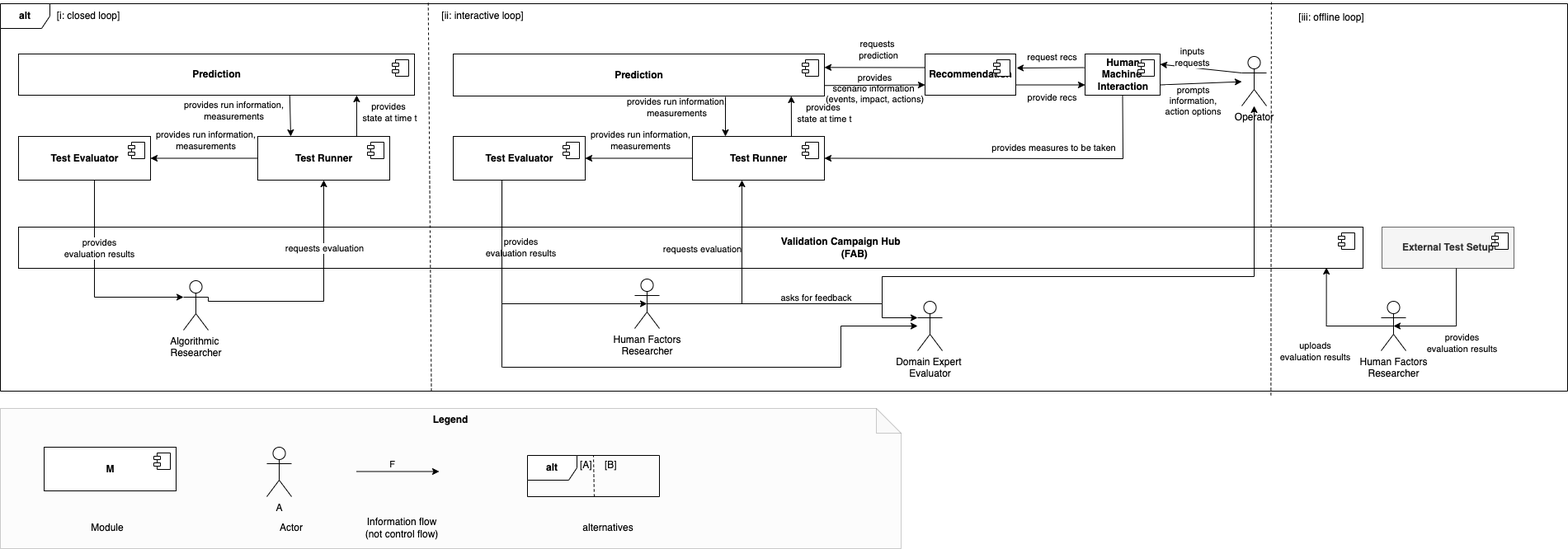
Before: docs/img/architecture/Closed_and_Interactive_Loop_Eval.drawio.png, a diagram exported from draw.io (flatland-association/flatland-benchmarks). Source tidied: cells renumbered, new cells last; positions are measured from the earlier drawing's top-left corner, leaving out a move shared by most shapes.
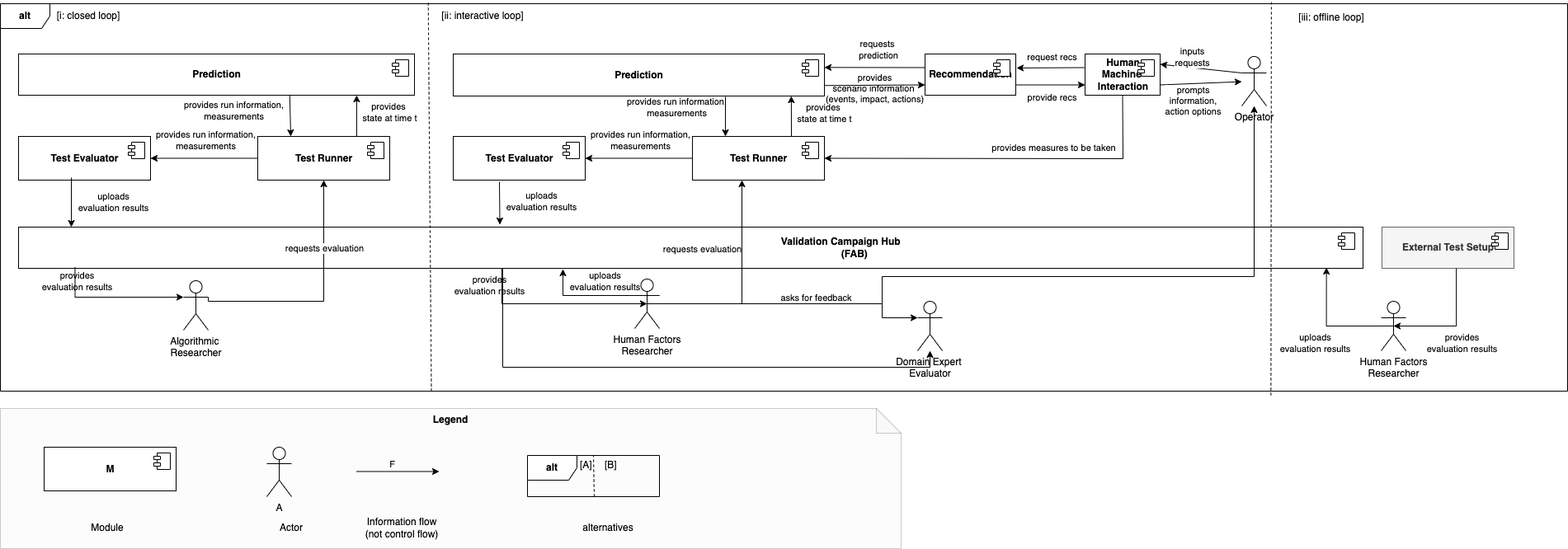
After the change.

Commit message:
Cleanup evaluation results upload.

Diff of the diagram source:
```diff
@@ -51,16 +51,16 @@
     <mxCell id="13" value="Domain Expert &lt;br&gt;Evaluator" style="shape=umlActor;verticalLabelPosition=bottom;verticalAlign=top;html=1;outlineConnect=0;" parent="1" vertex="1">
       <mxGeometry x="1112" y="361" width="30" height="60" as="geometry" />
     </mxCell>
-    <mxCell id="14" style="endArrow=classic;startArrow=none;html=1;rounded=0;edgeStyle=orthogonalEdgeStyle;startFill=0;endFill=1;entryX=0;entryY=0.3333333333333333;entryDx=0;entryDy=0;entryPerimeter=0;exitX=0.45;exitY=0.975;exitDx=0;exitDy=0;exitPerimeter=0;" parent="1" edge="1" source="20" target="9">
+    <mxCell id="14" style="endArrow=classic;startArrow=none;html=1;rounded=0;edgeStyle=orthogonalEdgeStyle;startFill=0;endFill=1;entryX=0;entryY=0.3333333333333333;entryDx=0;entryDy=0;entryPerimeter=0;exitX=0.042;exitY=0.98;exitDx=0;exitDy=0;exitPerimeter=0;" parent="1" edge="1" source="3" target="9">
       <mxGeometry relative="1" as="geometry">
         <Array as="points">
-          <mxPoint x="114" y="356" />
+          <mxPoint x="91" y="356" />
         </Array>
       </mxGeometry>
     </mxCell>
-    <mxCell id="15" value="provides&lt;br&gt;evaluation results" style="edgeLabel;html=1;align=center;verticalAlign=middle;" parent="14" vertex="1">
+    <mxCell id="15" value="provides&lt;br&gt;evaluation results" style="edgeLabel;html=1;align=center;verticalAlign=middle;labelBackgroundColor=none;" parent="14" vertex="1">
       <mxGeometry x="0.33" y="3" relative="1" as="geometry">
-        <mxPoint x="-12" y="-57" as="offset" />
+        <mxPoint x="-73" y="-17" as="offset" />
       </mxGeometry>
     </mxCell>
     <mxCell id="16" style="endArrow=none;startArrow=classic;html=1;rounded=0;edgeStyle=orthogonalEdgeStyle;startFill=1;endFill=0;entryX=0.5;entryY=0.5;entryDx=0;entryDy=0;entryPerimeter=0;" parent="1" edge="1" source="35" target="12">
@@ -75,16 +75,17 @@
         <mxPoint x="-51" y="15" as="offset" />
       </mxGeometry>
     </mxCell>
-    <mxCell id="18" style="endArrow=classic;startArrow=none;html=1;rounded=0;edgeStyle=orthogonalEdgeStyle;startFill=0;endFill=1;entryX=0.5;entryY=0.5;entryDx=0;entryDy=0;entryPerimeter=0;exitX=0.369;exitY=1.025;exitDx=0;exitDy=0;exitPerimeter=0;" parent="1" edge="1" source="31" target="12">
+    <mxCell id="18" style="endArrow=classic;startArrow=none;html=1;rounded=0;edgeStyle=orthogonalEdgeStyle;startFill=0;endFill=1;entryX=0.5;entryY=0.5;entryDx=0;entryDy=0;entryPerimeter=0;" parent="1" edge="1" target="12">
       <mxGeometry relative="1" as="geometry">
+        <mxPoint x="608" y="321" as="sourcePoint" />
         <Array as="points">
           <mxPoint x="608" y="364" />
         </Array>
       </mxGeometry>
     </mxCell>
-    <mxCell id="19" value="provides&lt;br&gt;evaluation results" style="edgeLabel;html=1;align=center;verticalAlign=middle;" parent="18" vertex="1">
+    <mxCell id="19" value="provides&lt;br&gt;evaluation results" style="edgeLabel;html=1;align=center;verticalAlign=middle;labelBackgroundColor=none;" parent="18" vertex="1">
       <mxGeometry x="-0.58" y="-1" relative="1" as="geometry">
-        <mxPoint x="23" y="12" as="offset" />
+        <mxPoint x="-19" y="-24" as="offset" />
       </mxGeometry>
     </mxCell>
     <mxCell id="20" value="&lt;b&gt;Test Evaluator&lt;/b&gt;" style="html=1;verticalAlign=middle;" parent="1" vertex="1">
@@ -250,12 +251,12 @@
         <mxPoint x="32" y="-11" as="offset" />
       </mxGeometry>
     </mxCell>
-    <mxCell id="58" style="endArrow=classic;startArrow=none;html=1;rounded=0;edgeStyle=orthogonalEdgeStyle;startFill=0;endFill=1;exitX=0.369;exitY=1;exitDx=0;exitDy=0;exitPerimeter=0;" parent="1" edge="1" source="31" target="13">
+    <mxCell id="58" style="endArrow=classic;startArrow=none;html=1;rounded=0;edgeStyle=orthogonalEdgeStyle;startFill=0;endFill=1;" parent="1" edge="1" target="13">
       <mxGeometry relative="1" as="geometry">
+        <mxPoint x="609" y="321" as="sourcePoint" />
         <Array as="points">
           <mxPoint x="609" y="441" />
-          <mxPoint x="1100" y="441" />
-          <mxPoint x="1019" y="441" />
+          <mxPoint x="1127" y="441" />
         </Array>
       </mxGeometry>
     </mxCell>
@@ -284,7 +285,7 @@
     </mxCell>
     <mxCell id="63" value="uploads&lt;br&gt;evaluation results" style="edgeLabel;html=1;align=center;verticalAlign=middle;" parent="62" vertex="1">
       <mxGeometry x="0.33" y="3" relative="1" as="geometry">
-        <mxPoint x="-11" y="50" as="offset" />
+        <mxPoint x="-11" y="40" as="offset" />
       </mxGeometry>
     </mxCell>
     <mxCell id="64" value="&lt;b&gt;External Test Setup&lt;/b&gt;" style="html=1;verticalAlign=middle;fillColor=#f5f5f5;fontColor=#333333;strokeColor=#666666;" parent="1" vertex="1">
@@ -375,5 +376,38 @@
     <mxCell id="86" value="alternatives" style="text;html=1;strokeColor=none;fillColor=none;align=center;verticalAlign=middle;whiteSpace=wrap;rounded=0;labelBackgroundColor=none;" parent="1" vertex="1">
       <mxGeometry x="682" y="621" width="110" height="30" as="geometry" />
     </mxCell>
+    <mxCell id="87" style="endArrow=classic;startArrow=none;html=1;rounded=0;edgeStyle=orthogonalEdgeStyle;startFill=0;endFill=1;exitX=1;exitY=0.3333333333333333;exitDx=0;exitDy=0;exitPerimeter=0;" parent="1" edge="1" source="12">
+      <mxGeometry relative="1" as="geometry">
+        <mxPoint x="682" y="322" as="targetPoint" />
+        <Array as="points">
+          <mxPoint x="682" y="354" />
+          <mxPoint x="682" y="322" />
+        </Array>
+      </mxGeometry>
+    </mxCell>
+    <mxCell id="88" value="uploads&lt;br&gt;evaluation results" style="edgeLabel;html=1;align=center;verticalAlign=middle;" parent="87" vertex="1">
+      <mxGeometry x="0.33" y="3" relative="1" as="geometry">
+        <mxPoint x="32" y="-21" as="offset" />
+      </mxGeometry>
+    </mxCell>
+    <mxCell id="89" style="endArrow=classic;startArrow=none;html=1;rounded=0;startFill=0;endFill=1;" parent="1" edge="1">
+      <mxGeometry relative="1" as="geometry">
+        <mxPoint x="86" y="211" as="sourcePoint" />
+        <mxPoint x="86" y="271" as="targetPoint" />
+      </mxGeometry>
+    </mxCell>
+    <mxCell id="90" value="uploads&lt;br&gt;evaluation results" style="edgeLabel;html=1;align=center;verticalAlign=middle;" parent="89" vertex="1">
+      <mxGeometry x="0.33" y="3" relative="1" as="geometry">
+        <mxPoint x="47" y="-11" as="offset" />
+      </mxGeometry>
+    </mxCell>
+    <mxCell id="91" style="endArrow=classic;startArrow=none;html=1;rounded=0;startFill=0;endFill=1;entryX=0.358;entryY=-0.06;entryDx=0;entryDy=0;entryPerimeter=0;exitX=0.35;exitY=1.038;exitDx=0;exitDy=0;exitPerimeter=0;" parent="1" edge="1" source="31" target="3">
+      <mxGeometry relative="1" as="geometry" />
+    </mxCell>
+    <mxCell id="92" value="uploads&lt;br&gt;evaluation results" style="edgeLabel;html=1;align=center;verticalAlign=middle;" parent="91" vertex="1">
+      <mxGeometry x="0.33" y="3" relative="1" as="geometry">
+        <mxPoint x="47" y="-11" as="offset" />
+      </mxGeometry>
+    </mxCell>
   </root>
 </mxGraphModel>
```
